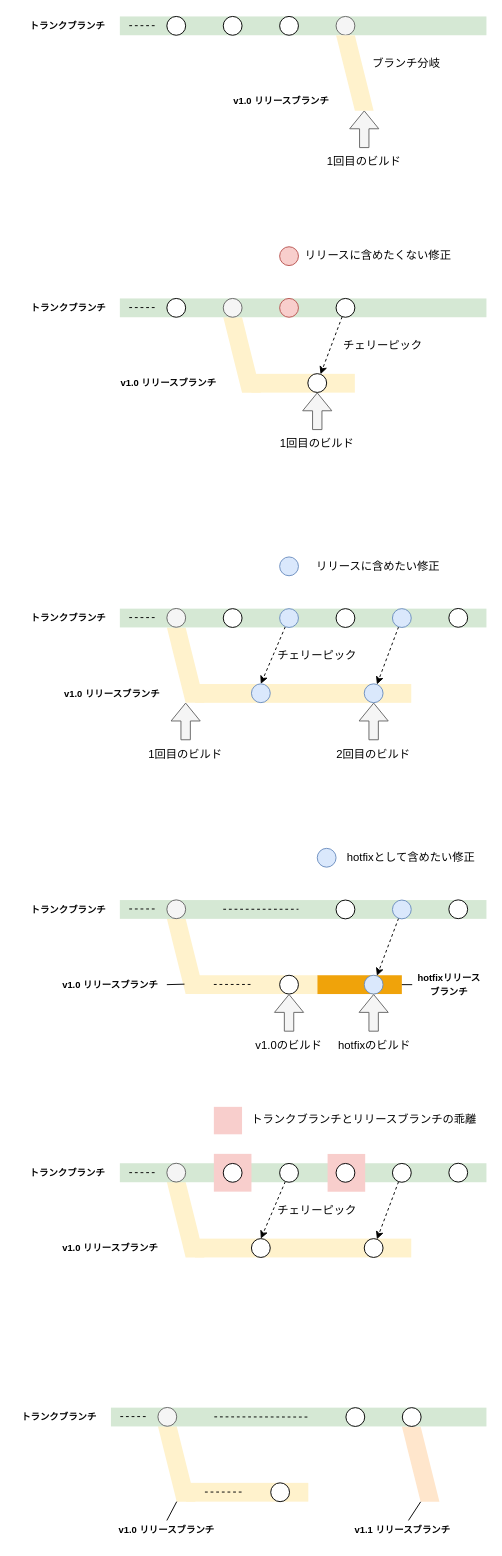
Earlier version of the draw.io diagram images/trunk-based-development-strategy/release-flow.drawio (shotaIDE/zenn). Source tidied: cells renumbered, new cells numbered last; positions are measured from the earlier drawing's top-left corner, leaving out a move shared by most shapes. Both pictures are drawn from the tidied source at 94%, with x=0, y=0 at pixel (16, 15).
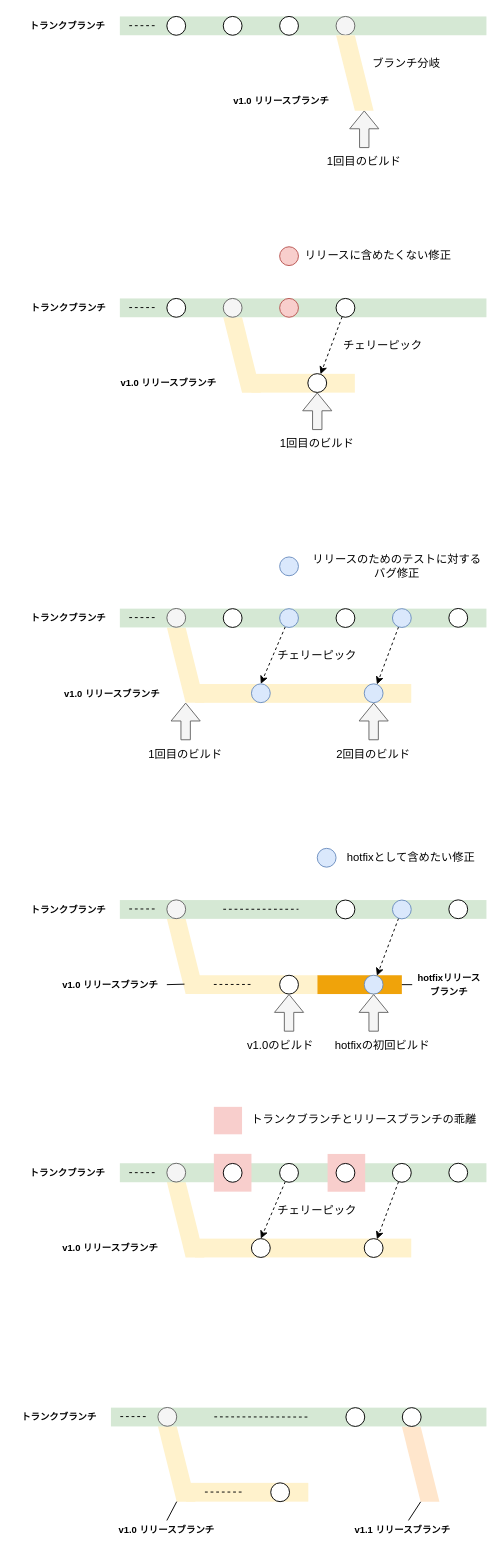
The same page after the edit.

Change to the diagram source:
```diff
@@
-    <mxCell id="38" value="リリースに含めたい修正" style="text;html=1;align=center;verticalAlign=middle;whiteSpace=wrap;rounded=0;" parent="1" vertex="1">
-      <mxGeometry x="310" y="571" width="150" height="30" as="geometry" />
+    <mxCell id="38" value="リリースのためのテストに対するバグ修正" style="text;html=1;align=center;verticalAlign=middle;whiteSpace=wrap;rounded=0;" parent="1" vertex="1">
+      <mxGeometry x="310" y="571" width="190" height="30" as="geometry" />
     </mxCell>
@@
     <mxCell id="73" value="v1.0のビルド" style="text;html=1;align=center;verticalAlign=middle;whiteSpace=wrap;rounded=0;fontFamily=Helvetica;fontSize=12;fontColor=default;" parent="1" vertex="1">
-      <mxGeometry x="245" y="1081" width="90" height="30" as="geometry" />
+      <mxGeometry x="235.5" y="1081" width="90" height="30" as="geometry" />
     </mxCell>
@@
-    <mxCell id="75" value="hotfixのビルド" style="text;html=1;align=center;verticalAlign=middle;whiteSpace=wrap;rounded=0;fontFamily=Helvetica;fontSize=12;fontColor=default;" parent="1" vertex="1">
-      <mxGeometry x="331" y="1081" width="100" height="30" as="geometry" />
+    <mxCell id="75" value="hotfixの初回ビルド" style="text;html=1;align=center;verticalAlign=middle;whiteSpace=wrap;rounded=0;fontFamily=Helvetica;fontSize=12;fontColor=default;" parent="1" vertex="1">
+      <mxGeometry x="330" y="1081" width="119" height="30" as="geometry" />
     </mxCell>
```
